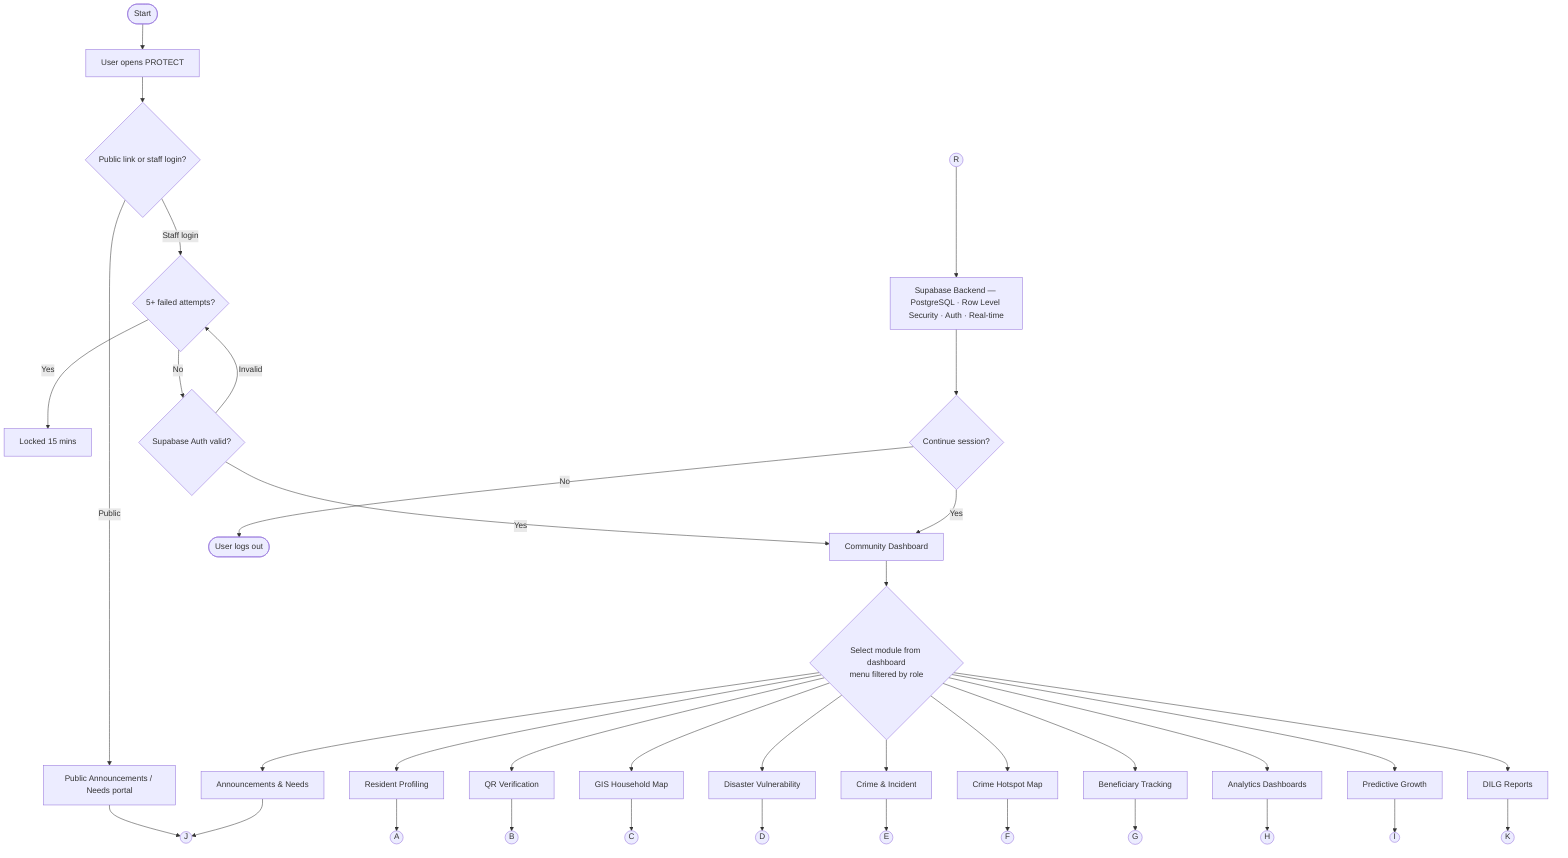
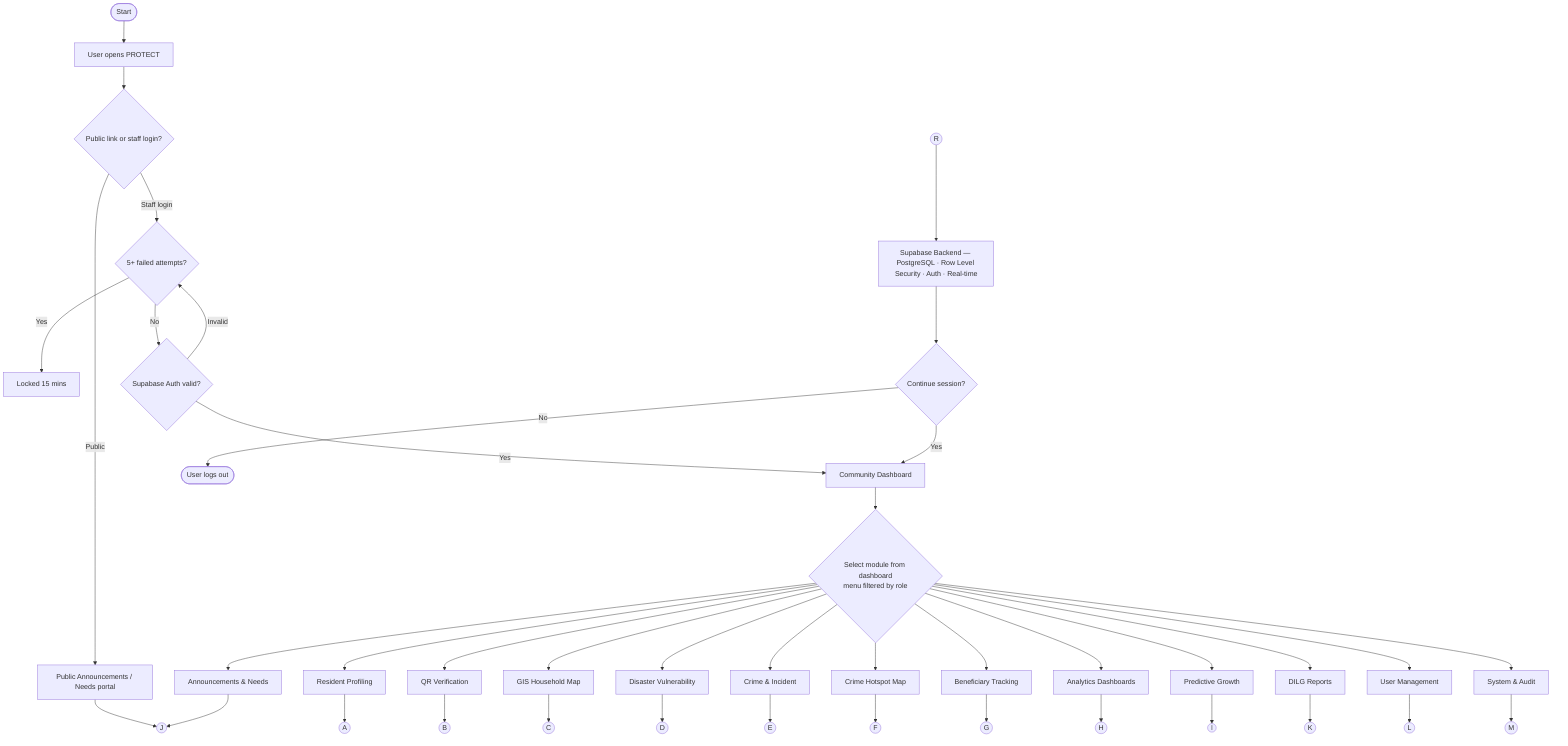
flowchart TD
    Start([Start]) --> Open[User opens PROTECT]
    Open --> Access{Public link or staff login?}

    %% Public (no login)
    Access -- Public --> Pub[Public Announcements / Needs portal] --> J((J))

    %% Staff login with rate limiting
    Access -- Staff login --> Fail{5+ failed attempts?}
    Fail -- Yes --> Lock[Locked 15 mins]
    Fail -- No --> Auth{Supabase Auth valid?}
    Auth -- Invalid --> Fail
    Auth -- Yes --> Dash[Community Dashboard]

    %% Module selection (filtered by role) -> off-page connectors
    Dash --> Sel{Select module from dashboard<br/>menu filtered by role}
    Sel --> M1[Resident Profiling] --> A((A))
    Sel --> M2[QR Verification] --> B((B))
    Sel --> M3[GIS Household Map] --> C((C))
    Sel --> M4[Disaster Vulnerability] --> D((D))
    Sel --> M5[Crime & Incident] --> E((E))
    Sel --> M6[Crime Hotspot Map] --> F((F))
    Sel --> M7[Beneficiary Tracking] --> G((G))
    Sel --> M8[Analytics Dashboards] --> H((H))
    Sel --> M9[Predictive Growth] --> I((I))
    Sel --> M10[Announcements & Needs] --> J
    Sel --> M11[DILG Reports] --> K((K))
+     Sel --> M12[User Management] --> L((L))
+     Sel --> M13[System & Audit] --> M((M))

    %% Shared return connector from every sub-flowchart
    R((R)) --> Backend[Supabase Backend — PostgreSQL · Row Level Security · Auth · Real-time]
    Backend --> Cont{Continue session?}
    Cont -- Yes --> Dash
    Cont -- No --> Out([User logs out])
